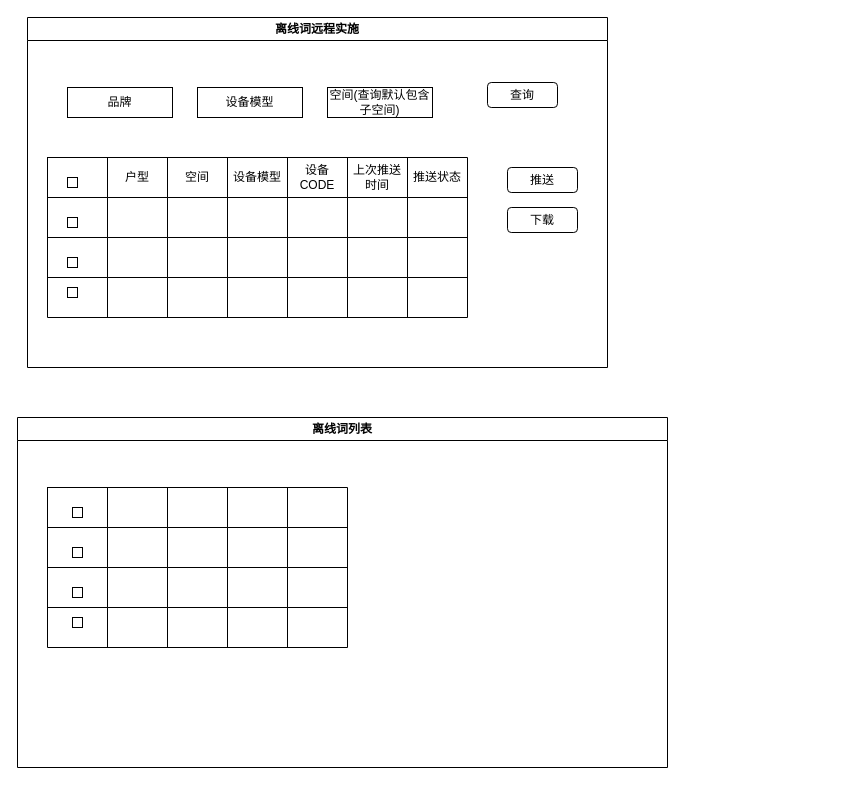
yanglei1992/documents keeps this draw.io diagram as yzs/技管平台--远程实施.drawio. Above is the earlier version. Source tidied: cells renumbered, new cells numbered last; positions are measured from the earlier drawing's top-left corner, leaving out a move shared by most shapes. Both pictures are drawn from the tidied source at 100%, with x=0, y=0 at pixel (17, 17).
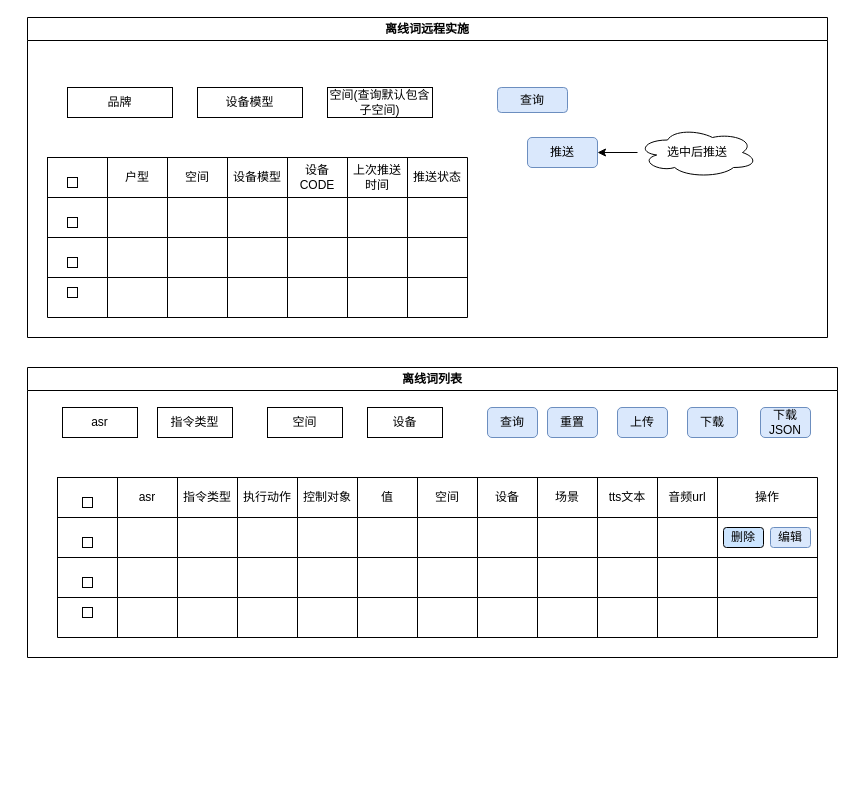
The same page after the edit.

Commit message (it also covers changes not shown here):
更新技管平台--远程实施.drawio

Diff of the diagram source:
```diff
@@
     <mxCell id="2" value="离线词远程实施" style="swimlane;whiteSpace=wrap;html=1;" parent="1" vertex="1">
-      <mxGeometry x="10" width="580" height="350" as="geometry" />
+      <mxGeometry x="10" width="800" height="320" as="geometry" />
     </mxCell>
@@
-    <mxCell id="6" value="查询" style="rounded=1;whiteSpace=wrap;html=1;" parent="2" vertex="1">
-      <mxGeometry x="460" y="65" width="70" height="25" as="geometry" />
+    <mxCell id="6" value="查询" style="rounded=1;whiteSpace=wrap;html=1;fillColor=#dae8fc;strokeColor=#6c8ebf;" parent="2" vertex="1">
+      <mxGeometry x="470" y="70" width="70" height="25" as="geometry" />
     </mxCell>
-    <mxCell id="7" value="推送" style="rounded=1;whiteSpace=wrap;html=1;" parent="2" vertex="1">
-      <mxGeometry x="480" y="150" width="70" height="25" as="geometry" />
+    <mxCell id="7" value="推送" style="rounded=1;whiteSpace=wrap;html=1;fillColor=#dae8fc;strokeColor=#6c8ebf;" parent="2" vertex="1">
+      <mxGeometry x="500" y="120" width="70" height="30" as="geometry" />
     </mxCell>
-    <mxCell id="8" value="下载" style="rounded=1;whiteSpace=wrap;html=1;" parent="2" vertex="1">
-      <mxGeometry x="480" y="190" width="70" height="25" as="geometry" />
-    </mxCell>
+    <mxCell id="76" style="edgeStyle=orthogonalEdgeStyle;rounded=0;jettySize=auto;html=1;entryX=1;entryY=0.5;entryDx=0;entryDy=0;" parent="2" edge="1" source="77" target="7">
+      <mxGeometry relative="1" as="geometry" />
+    </mxCell>
+    <mxCell id="77" value="选中后推送" style="ellipse;shape=cloud;whiteSpace=wrap;html=1;" parent="2" vertex="1">
+      <mxGeometry x="610" y="110" width="120" height="50" as="geometry" />
+    </mxCell>
     <mxCell id="9" value="离线词列表" style="swimlane;whiteSpace=wrap;html=1;startSize=23;" parent="1" vertex="1">
-      <mxGeometry y="400" width="650" height="350" as="geometry" />
+      <mxGeometry x="10" y="350" width="810" height="290" as="geometry" />
     </mxCell>
     <mxCell id="10" style="shape=table;startSize=0;childLayout=tableLayout;" parent="9" vertex="1">
-      <mxGeometry x="30" y="70" width="300" height="160" as="geometry" />
+      <mxGeometry x="30" y="110" width="760" height="160" as="geometry" />
     </mxCell>
     <mxCell id="11" style="shape=tableRow;horizontal=0;startSize=0;swimlaneHead=0;swimlaneBody=0;strokeColor=inherit;top=0;left=0;bottom=0;right=0;fillColor=none;" parent="10" vertex="1">
-      <mxGeometry width="300" height="40" as="geometry" />
+      <mxGeometry width="760" height="40" as="geometry" />
     </mxCell>
@@
-    <mxCell id="13" style="shape=partialRectangle;html=1;whiteSpace=wrap;strokeColor=inherit;overflow=hidden;fillColor=none;top=0;left=0;bottom=0;right=0;" parent="11" vertex="1">
+    <mxCell id="13" value="asr" style="shape=partialRectangle;html=1;whiteSpace=wrap;strokeColor=inherit;overflow=hidden;fillColor=none;top=0;left=0;bottom=0;right=0;" parent="11" vertex="1">
       <mxGeometry x="60" width="60" height="40" as="geometry" />
     </mxCell>
-    <mxCell id="14" style="shape=partialRectangle;html=1;whiteSpace=wrap;strokeColor=inherit;overflow=hidden;fillColor=none;top=0;left=0;bottom=0;right=0;" parent="11" vertex="1">
+    <mxCell id="14" value="指令类型" style="shape=partialRectangle;html=1;whiteSpace=wrap;strokeColor=inherit;overflow=hidden;fillColor=none;top=0;left=0;bottom=0;right=0;" parent="11" vertex="1">
       <mxGeometry x="120" width="60" height="40" as="geometry" />
     </mxCell>
-    <mxCell id="15" style="shape=partialRectangle;html=1;whiteSpace=wrap;strokeColor=inherit;overflow=hidden;fillColor=none;top=0;left=0;bottom=0;right=0;" parent="11" vertex="1">
+    <mxCell id="15" value="执行动作" style="shape=partialRectangle;html=1;whiteSpace=wrap;strokeColor=inherit;overflow=hidden;fillColor=none;top=0;left=0;bottom=0;right=0;" parent="11" vertex="1">
       <mxGeometry x="180" width="60" height="40" as="geometry" />
     </mxCell>
-    <mxCell id="16" style="shape=partialRectangle;html=1;whiteSpace=wrap;strokeColor=inherit;overflow=hidden;fillColor=none;top=0;left=0;bottom=0;right=0;" parent="11" vertex="1">
+    <mxCell id="16" value="控制对象" style="shape=partialRectangle;html=1;whiteSpace=wrap;strokeColor=inherit;overflow=hidden;fillColor=none;top=0;left=0;bottom=0;right=0;" parent="11" vertex="1">
       <mxGeometry x="240" width="60" height="40" as="geometry" />
     </mxCell>
+    <mxCell id="78" value="值" style="shape=partialRectangle;html=1;whiteSpace=wrap;strokeColor=inherit;overflow=hidden;fillColor=none;top=0;left=0;bottom=0;right=0;" parent="11" vertex="1">
+      <mxGeometry x="300" width="60" height="40" as="geometry" />
+    </mxCell>
+    <mxCell id="79" value="空间" style="shape=partialRectangle;html=1;whiteSpace=wrap;strokeColor=inherit;overflow=hidden;fillColor=none;top=0;left=0;bottom=0;right=0;" parent="11" vertex="1">
+      <mxGeometry x="360" width="60" height="40" as="geometry" />
+    </mxCell>
+    <mxCell id="80" value="设备" style="shape=partialRectangle;html=1;whiteSpace=wrap;strokeColor=inherit;overflow=hidden;fillColor=none;top=0;left=0;bottom=0;right=0;" parent="11" vertex="1">
+      <mxGeometry x="420" width="60" height="40" as="geometry" />
+    </mxCell>
+    <mxCell id="81" value="场景" style="shape=partialRectangle;html=1;whiteSpace=wrap;strokeColor=inherit;overflow=hidden;fillColor=none;top=0;left=0;bottom=0;right=0;" parent="11" vertex="1">
+      <mxGeometry x="480" width="60" height="40" as="geometry" />
+    </mxCell>
+    <mxCell id="82" value="tts文本" style="shape=partialRectangle;html=1;whiteSpace=wrap;strokeColor=inherit;overflow=hidden;fillColor=none;top=0;left=0;bottom=0;right=0;" parent="11" vertex="1">
+      <mxGeometry x="540" width="60" height="40" as="geometry" />
+    </mxCell>
+    <mxCell id="83" value="音频url" style="shape=partialRectangle;html=1;whiteSpace=wrap;strokeColor=inherit;overflow=hidden;fillColor=none;top=0;left=0;bottom=0;right=0;" parent="11" vertex="1">
+      <mxGeometry x="600" width="60" height="40" as="geometry" />
+    </mxCell>
+    <mxCell id="84" value="操作" style="shape=partialRectangle;html=1;whiteSpace=wrap;strokeColor=inherit;overflow=hidden;fillColor=none;top=0;left=0;bottom=0;right=0;" parent="11" vertex="1">
+      <mxGeometry x="660" width="100" height="40" as="geometry" />
+    </mxCell>
     <mxCell id="17" style="shape=tableRow;horizontal=0;startSize=0;swimlaneHead=0;swimlaneBody=0;strokeColor=inherit;top=0;left=0;bottom=0;right=0;fillColor=none;" parent="10" vertex="1">
-      <mxGeometry y="40" width="300" height="40" as="geometry" />
+      <mxGeometry y="40" width="760" height="40" as="geometry" />
     </mxCell>
@@
+    <mxCell id="85" style="shape=partialRectangle;html=1;whiteSpace=wrap;strokeColor=inherit;overflow=hidden;fillColor=none;top=0;left=0;bottom=0;right=0;" parent="17" vertex="1">
+      <mxGeometry x="300" width="60" height="40" as="geometry" />
+    </mxCell>
+    <mxCell id="86" style="shape=partialRectangle;html=1;whiteSpace=wrap;strokeColor=inherit;overflow=hidden;fillColor=none;top=0;left=0;bottom=0;right=0;" parent="17" vertex="1">
+      <mxGeometry x="360" width="60" height="40" as="geometry" />
+    </mxCell>
+    <mxCell id="87" style="shape=partialRectangle;html=1;whiteSpace=wrap;strokeColor=inherit;overflow=hidden;fillColor=none;top=0;left=0;bottom=0;right=0;" parent="17" vertex="1">
+      <mxGeometry x="420" width="60" height="40" as="geometry" />
+    </mxCell>
+    <mxCell id="88" style="shape=partialRectangle;html=1;whiteSpace=wrap;strokeColor=inherit;overflow=hidden;fillColor=none;top=0;left=0;bottom=0;right=0;" parent="17" vertex="1">
+      <mxGeometry x="480" width="60" height="40" as="geometry" />
+    </mxCell>
+    <mxCell id="89" style="shape=partialRectangle;html=1;whiteSpace=wrap;strokeColor=inherit;overflow=hidden;fillColor=none;top=0;left=0;bottom=0;right=0;" parent="17" vertex="1">
+      <mxGeometry x="540" width="60" height="40" as="geometry" />
+    </mxCell>
+    <mxCell id="90" style="shape=partialRectangle;html=1;whiteSpace=wrap;strokeColor=inherit;overflow=hidden;fillColor=none;top=0;left=0;bottom=0;right=0;" parent="17" vertex="1">
+      <mxGeometry x="600" width="60" height="40" as="geometry" />
+    </mxCell>
+    <mxCell id="91" style="shape=partialRectangle;html=1;whiteSpace=wrap;strokeColor=inherit;overflow=hidden;fillColor=none;top=0;left=0;bottom=0;right=0;" parent="17" vertex="1">
+      <mxGeometry x="660" width="100" height="40" as="geometry" />
+    </mxCell>
     <mxCell id="23" style="shape=tableRow;horizontal=0;startSize=0;swimlaneHead=0;swimlaneBody=0;strokeColor=inherit;top=0;left=0;bottom=0;right=0;fillColor=none;" parent="10" vertex="1">
-      <mxGeometry y="80" width="300" height="40" as="geometry" />
+      <mxGeometry y="80" width="760" height="40" as="geometry" />
     </mxCell>
@@
+    <mxCell id="92" style="shape=partialRectangle;html=1;whiteSpace=wrap;strokeColor=inherit;overflow=hidden;fillColor=none;top=0;left=0;bottom=0;right=0;" parent="23" vertex="1">
+      <mxGeometry x="300" width="60" height="40" as="geometry" />
+    </mxCell>
+    <mxCell id="93" style="shape=partialRectangle;html=1;whiteSpace=wrap;strokeColor=inherit;overflow=hidden;fillColor=none;top=0;left=0;bottom=0;right=0;" parent="23" vertex="1">
+      <mxGeometry x="360" width="60" height="40" as="geometry" />
+    </mxCell>
+    <mxCell id="94" style="shape=partialRectangle;html=1;whiteSpace=wrap;strokeColor=inherit;overflow=hidden;fillColor=none;top=0;left=0;bottom=0;right=0;" parent="23" vertex="1">
+      <mxGeometry x="420" width="60" height="40" as="geometry" />
+    </mxCell>
+    <mxCell id="95" style="shape=partialRectangle;html=1;whiteSpace=wrap;strokeColor=inherit;overflow=hidden;fillColor=none;top=0;left=0;bottom=0;right=0;" parent="23" vertex="1">
+      <mxGeometry x="480" width="60" height="40" as="geometry" />
+    </mxCell>
+    <mxCell id="96" style="shape=partialRectangle;html=1;whiteSpace=wrap;strokeColor=inherit;overflow=hidden;fillColor=none;top=0;left=0;bottom=0;right=0;" parent="23" vertex="1">
+      <mxGeometry x="540" width="60" height="40" as="geometry" />
+    </mxCell>
+    <mxCell id="97" style="shape=partialRectangle;html=1;whiteSpace=wrap;strokeColor=inherit;overflow=hidden;fillColor=none;top=0;left=0;bottom=0;right=0;" parent="23" vertex="1">
+      <mxGeometry x="600" width="60" height="40" as="geometry" />
+    </mxCell>
+    <mxCell id="98" style="shape=partialRectangle;html=1;whiteSpace=wrap;strokeColor=inherit;overflow=hidden;fillColor=none;top=0;left=0;bottom=0;right=0;" parent="23" vertex="1">
+      <mxGeometry x="660" width="100" height="40" as="geometry" />
+    </mxCell>
     <mxCell id="29" style="shape=tableRow;horizontal=0;startSize=0;swimlaneHead=0;swimlaneBody=0;strokeColor=inherit;top=0;left=0;bottom=0;right=0;fillColor=none;" parent="10" vertex="1">
-      <mxGeometry y="120" width="300" height="40" as="geometry" />
+      <mxGeometry y="120" width="760" height="40" as="geometry" />
     </mxCell>
@@
+    <mxCell id="99" style="shape=partialRectangle;html=1;whiteSpace=wrap;strokeColor=inherit;overflow=hidden;fillColor=none;top=0;left=0;bottom=0;right=0;" parent="29" vertex="1">
+      <mxGeometry x="300" width="60" height="40" as="geometry" />
+    </mxCell>
+    <mxCell id="100" style="shape=partialRectangle;html=1;whiteSpace=wrap;strokeColor=inherit;overflow=hidden;fillColor=none;top=0;left=0;bottom=0;right=0;" parent="29" vertex="1">
+      <mxGeometry x="360" width="60" height="40" as="geometry" />
+    </mxCell>
+    <mxCell id="101" style="shape=partialRectangle;html=1;whiteSpace=wrap;strokeColor=inherit;overflow=hidden;fillColor=none;top=0;left=0;bottom=0;right=0;" parent="29" vertex="1">
+      <mxGeometry x="420" width="60" height="40" as="geometry" />
+    </mxCell>
+    <mxCell id="102" style="shape=partialRectangle;html=1;whiteSpace=wrap;strokeColor=inherit;overflow=hidden;fillColor=none;top=0;left=0;bottom=0;right=0;" parent="29" vertex="1">
+      <mxGeometry x="480" width="60" height="40" as="geometry" />
+    </mxCell>
+    <mxCell id="103" style="shape=partialRectangle;html=1;whiteSpace=wrap;strokeColor=inherit;overflow=hidden;fillColor=none;top=0;left=0;bottom=0;right=0;" parent="29" vertex="1">
+      <mxGeometry x="540" width="60" height="40" as="geometry" />
+    </mxCell>
+    <mxCell id="104" style="shape=partialRectangle;html=1;whiteSpace=wrap;strokeColor=inherit;overflow=hidden;fillColor=none;top=0;left=0;bottom=0;right=0;" parent="29" vertex="1">
+      <mxGeometry x="600" width="60" height="40" as="geometry" />
+    </mxCell>
+    <mxCell id="105" style="shape=partialRectangle;html=1;whiteSpace=wrap;strokeColor=inherit;overflow=hidden;fillColor=none;top=0;left=0;bottom=0;right=0;" parent="29" vertex="1">
+      <mxGeometry x="660" width="100" height="40" as="geometry" />
+    </mxCell>
     <mxCell id="35" style="rounded=0;whiteSpace=wrap;html=1;" parent="9" vertex="1">
-      <mxGeometry x="55" y="90" width="10" height="10" as="geometry" />
+      <mxGeometry x="55" y="130" width="10" height="10" as="geometry" />
     </mxCell>
     <mxCell id="36" style="rounded=0;whiteSpace=wrap;html=1;" parent="9" vertex="1">
-      <mxGeometry x="55" y="130" width="10" height="10" as="geometry" />
+      <mxGeometry x="55" y="170" width="10" height="10" as="geometry" />
     </mxCell>
     <mxCell id="37" style="rounded=0;whiteSpace=wrap;html=1;" parent="9" vertex="1">
-      <mxGeometry x="55" y="170" width="10" height="10" as="geometry" />
+      <mxGeometry x="55" y="210" width="10" height="10" as="geometry" />
     </mxCell>
     <mxCell id="38" style="rounded=0;whiteSpace=wrap;html=1;" parent="9" vertex="1">
-      <mxGeometry x="55" y="200" width="10" height="10" as="geometry" />
+      <mxGeometry x="55" y="240" width="10" height="10" as="geometry" />
     </mxCell>
+    <mxCell id="106" value="删除" style="rounded=1;whiteSpace=wrap;html=1;fillColor=#CCE5FF;" parent="9" vertex="1">
+      <mxGeometry x="696" y="160" width="40" height="20" as="geometry" />
+    </mxCell>
+    <mxCell id="107" value="编辑" style="rounded=1;whiteSpace=wrap;html=1;fillColor=#dae8fc;strokeColor=#6c8ebf;" parent="9" vertex="1">
+      <mxGeometry x="743" y="160" width="40" height="20" as="geometry" />
+    </mxCell>
+    <mxCell id="108" value="asr" style="rounded=0;whiteSpace=wrap;html=1;" parent="9" vertex="1">
+      <mxGeometry x="35" y="40" width="75" height="30" as="geometry" />
+    </mxCell>
+    <mxCell id="109" value="指令类型" style="rounded=0;whiteSpace=wrap;html=1;" parent="9" vertex="1">
+      <mxGeometry x="130" y="40" width="75" height="30" as="geometry" />
+    </mxCell>
+    <mxCell id="110" value="设备" style="rounded=0;whiteSpace=wrap;html=1;" parent="9" vertex="1">
+      <mxGeometry x="340" y="40" width="75" height="30" as="geometry" />
+    </mxCell>
+    <mxCell id="111" value="空间" style="rounded=0;whiteSpace=wrap;html=1;" parent="9" vertex="1">
+      <mxGeometry x="240" y="40" width="75" height="30" as="geometry" />
+    </mxCell>
+    <mxCell id="112" value="查询" style="rounded=1;whiteSpace=wrap;html=1;fillColor=#dae8fc;strokeColor=#6c8ebf;" parent="9" vertex="1">
+      <mxGeometry x="460" y="40" width="50" height="30" as="geometry" />
+    </mxCell>
+    <mxCell id="113" value="重置" style="rounded=1;whiteSpace=wrap;html=1;fillColor=#dae8fc;strokeColor=#6c8ebf;" parent="9" vertex="1">
+      <mxGeometry x="520" y="40" width="50" height="30" as="geometry" />
+    </mxCell>
+    <mxCell id="114" value="上传" style="rounded=1;whiteSpace=wrap;html=1;fillColor=#dae8fc;strokeColor=#6c8ebf;" parent="9" vertex="1">
+      <mxGeometry x="590" y="40" width="50" height="30" as="geometry" />
+    </mxCell>
+    <mxCell id="115" value="下载JSON" style="rounded=1;whiteSpace=wrap;html=1;fillColor=#dae8fc;strokeColor=#6c8ebf;" parent="9" vertex="1">
+      <mxGeometry x="733" y="40" width="50" height="30" as="geometry" />
+    </mxCell>
+    <mxCell id="8" value="下载" style="rounded=1;whiteSpace=wrap;html=1;fillColor=#dae8fc;strokeColor=#6c8ebf;" parent="9" vertex="1">
+      <mxGeometry x="660" y="40" width="50" height="30" as="geometry" />
+    </mxCell>
```
